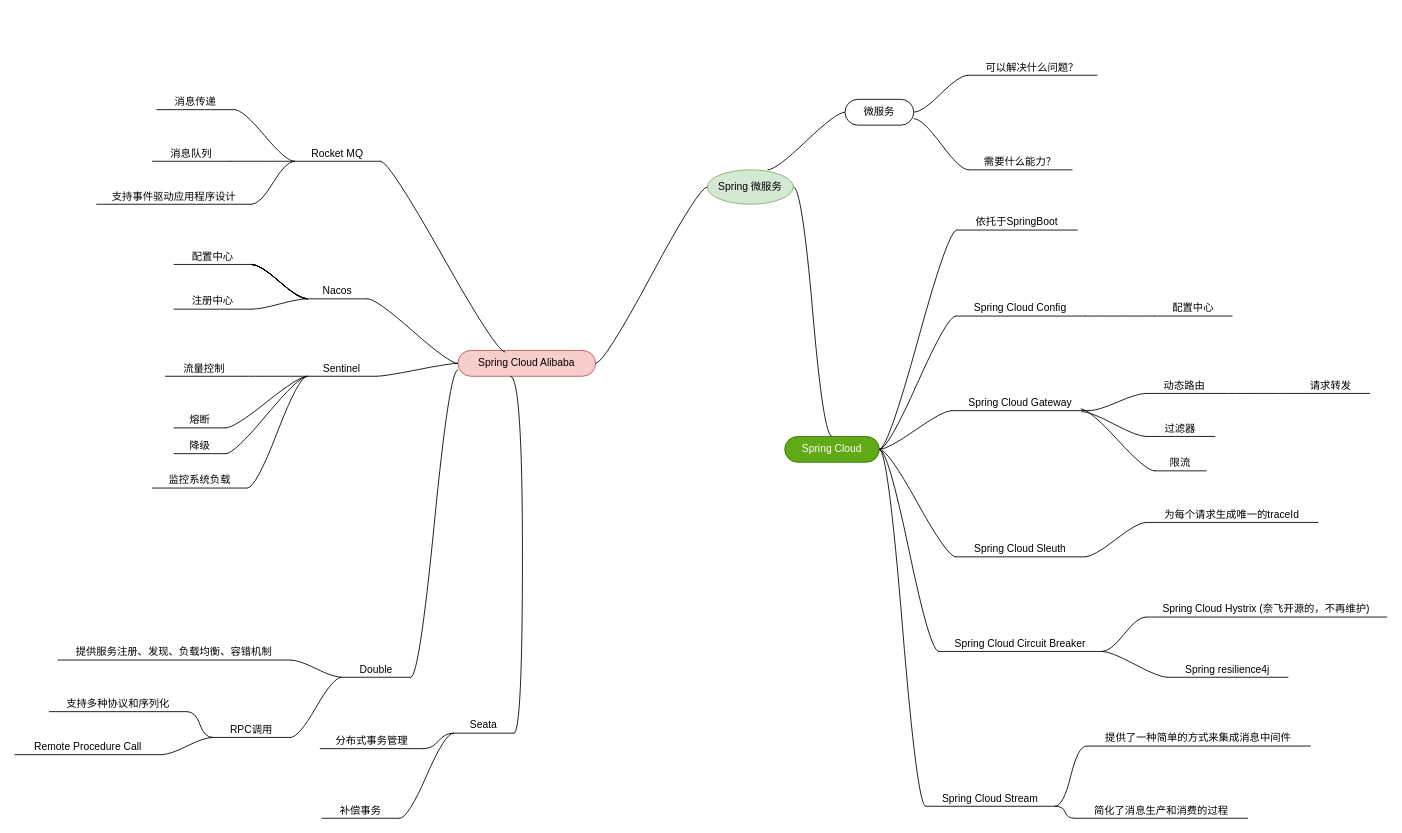
The draw.io diagram Spring-生态微服务体系.drawio in XiongZen/QJReconstitution, before the edit. Source tidied: cells renumbered, new cells numbered last; positions are measured from the earlier drawing's top-left corner, leaving out a move shared by most shapes. Both pictures are drawn from the tidied source at 86%, with x=0, y=0 at pixel (15, 49).
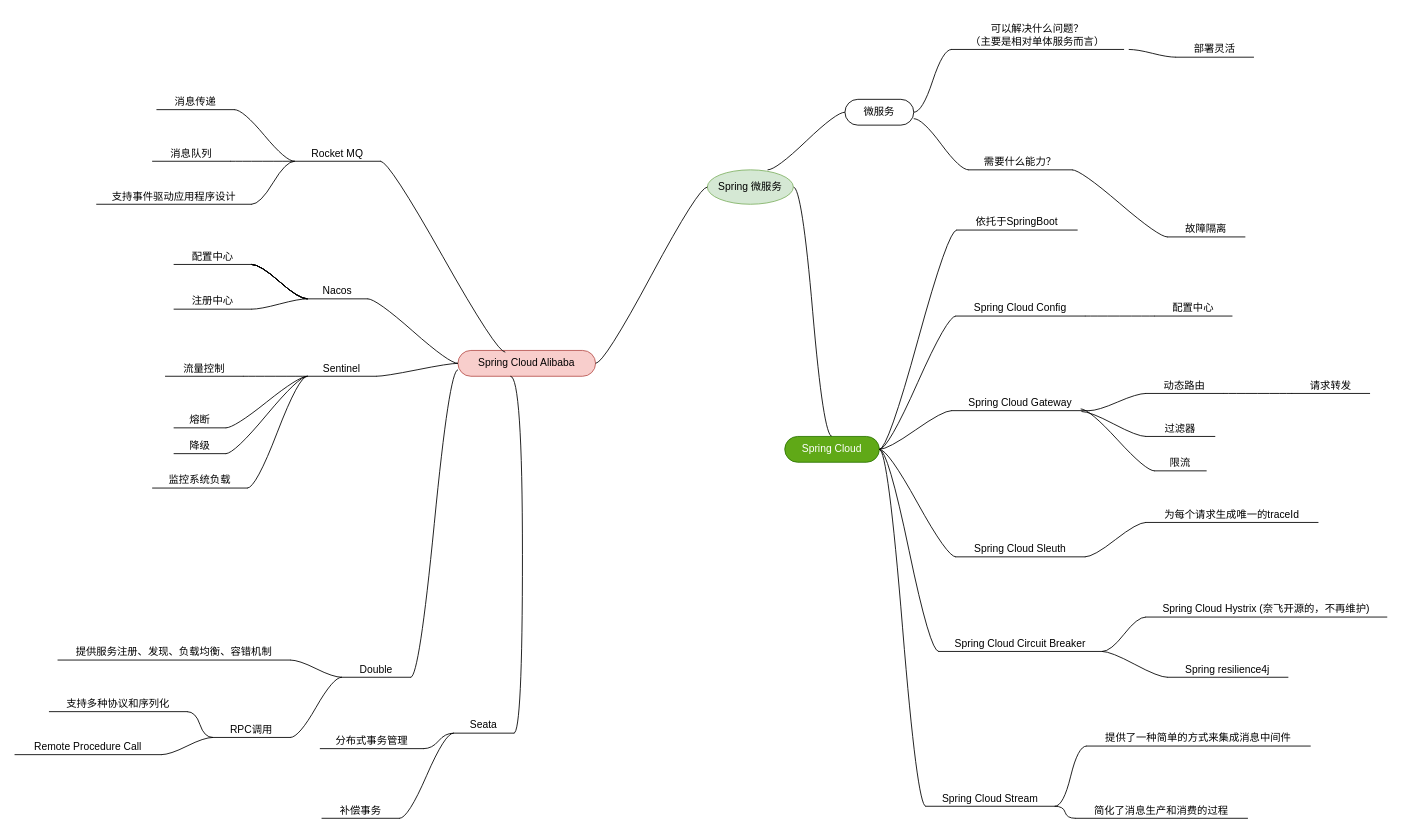
The same diagram, later.

Commit message (it also covers changes not shown here):
Update Spring-生态微服务体系.drawio

Unchanged cells that the change refers to:
```xml
<mxCell id="8" value="需要什么能力？" style="whiteSpace=wrap;html=1;shape=partialRectangle;top=0;left=0;bottom=1;right=0;points=[[0,1],[1,1]];fillColor=none;align=center;verticalAlign=bottom;routingCenterY=0.5;snapToPoint=1;newEdgeStyle={&quot;edgeStyle&quot;:&quot;entityRelationEdgeStyle&quot;,&quot;startArrow&quot;:&quot;none&quot;,&quot;endArrow&quot;:&quot;none&quot;,&quot;segment&quot;:10,&quot;curved&quot;:1,&quot;sourcePerimeterSpacing&quot;:0,&quot;targetPerimeterSpacing&quot;:0};" parent="1" vertex="1">
  <mxGeometry x="1109" y="110" width="120" height="30" as="geometry" />
</mxCell>
```

Diff of the diagram source:
```diff
@@
-    <mxCell id="6" value="可以解决什么问题？" style="whiteSpace=wrap;html=1;shape=partialRectangle;top=0;left=0;bottom=1;right=0;points=[[0,1],[1,1]];fillColor=none;align=center;verticalAlign=bottom;routingCenterY=0.5;snapToPoint=1;newEdgeStyle={&quot;edgeStyle&quot;:&quot;entityRelationEdgeStyle&quot;,&quot;startArrow&quot;:&quot;none&quot;,&quot;endArrow&quot;:&quot;none&quot;,&quot;segment&quot;:10,&quot;curved&quot;:1,&quot;sourcePerimeterSpacing&quot;:0,&quot;targetPerimeterSpacing&quot;:0};" parent="1" vertex="1">
-      <mxGeometry x="1108" width="150" height="30" as="geometry" />
+    <mxCell id="6" value="可以解决什么问题？&lt;div&gt;（主要是相对单体服务而言）&lt;/div&gt;" style="whiteSpace=wrap;html=1;shape=partialRectangle;top=0;left=0;bottom=1;right=0;points=[[0,1],[1,1]];fillColor=none;align=center;verticalAlign=bottom;routingCenterY=0.5;snapToPoint=1;newEdgeStyle={&quot;edgeStyle&quot;:&quot;entityRelationEdgeStyle&quot;,&quot;startArrow&quot;:&quot;none&quot;,&quot;endArrow&quot;:&quot;none&quot;,&quot;segment&quot;:10,&quot;curved&quot;:1,&quot;sourcePerimeterSpacing&quot;:0,&quot;targetPerimeterSpacing&quot;:0};" parent="1" vertex="1" collapsed="1">
+      <mxGeometry x="1089" y="-40" width="200" height="40" as="geometry" />
     </mxCell>
@@
+    <mxCell id="89" style="edgeStyle=entityRelationEdgeStyle;rounded=0;jettySize=auto;html=1;startArrow=none;endArrow=none;segment=10;curved=1;sourcePerimeterSpacing=0;targetPerimeterSpacing=0;" parent="1" edge="1" target="90">
+      <mxGeometry relative="1" as="geometry">
+        <mxPoint x="1295" as="sourcePoint" />
+        <Array as="points">
+          <mxPoint x="1265" />
+          <mxPoint x="1285" />
+          <mxPoint x="1275" />
+          <mxPoint x="1285" />
+        </Array>
+      </mxGeometry>
+    </mxCell>
+    <mxCell id="90" value="部署灵活" style="whiteSpace=wrap;html=1;shape=partialRectangle;top=0;left=0;bottom=1;right=0;points=[[0,1],[1,1]];fillColor=none;align=center;verticalAlign=bottom;routingCenterY=0.5;snapToPoint=1;newEdgeStyle={&quot;edgeStyle&quot;:&quot;entityRelationEdgeStyle&quot;,&quot;startArrow&quot;:&quot;none&quot;,&quot;endArrow&quot;:&quot;none&quot;,&quot;segment&quot;:10,&quot;curved&quot;:1,&quot;sourcePerimeterSpacing&quot;:0,&quot;targetPerimeterSpacing&quot;:0};" parent="1" vertex="1">
+      <mxGeometry x="1350" y="-21" width="90" height="30" as="geometry" />
+    </mxCell>
+    <mxCell id="91" style="edgeStyle=entityRelationEdgeStyle;rounded=0;jettySize=auto;html=1;startArrow=none;endArrow=none;segment=10;curved=1;sourcePerimeterSpacing=0;targetPerimeterSpacing=0;exitX=1;exitY=1;exitDx=0;exitDy=0;" parent="1" edge="1" source="8" target="92">
+      <mxGeometry relative="1" as="geometry">
+        <Array as="points">
+          <mxPoint x="1225" y="140" />
+        </Array>
+      </mxGeometry>
+    </mxCell>
+    <mxCell id="92" value="故障隔离" style="whiteSpace=wrap;html=1;shape=partialRectangle;top=0;left=0;bottom=1;right=0;points=[[0,1],[1,1]];fillColor=none;align=center;verticalAlign=bottom;routingCenterY=0.5;snapToPoint=1;newEdgeStyle={&quot;edgeStyle&quot;:&quot;entityRelationEdgeStyle&quot;,&quot;startArrow&quot;:&quot;none&quot;,&quot;endArrow&quot;:&quot;none&quot;,&quot;segment&quot;:10,&quot;curved&quot;:1,&quot;sourcePerimeterSpacing&quot;:0,&quot;targetPerimeterSpacing&quot;:0};" parent="1" vertex="1">
+      <mxGeometry x="1340" y="188" width="90" height="30" as="geometry" />
+    </mxCell>
```
